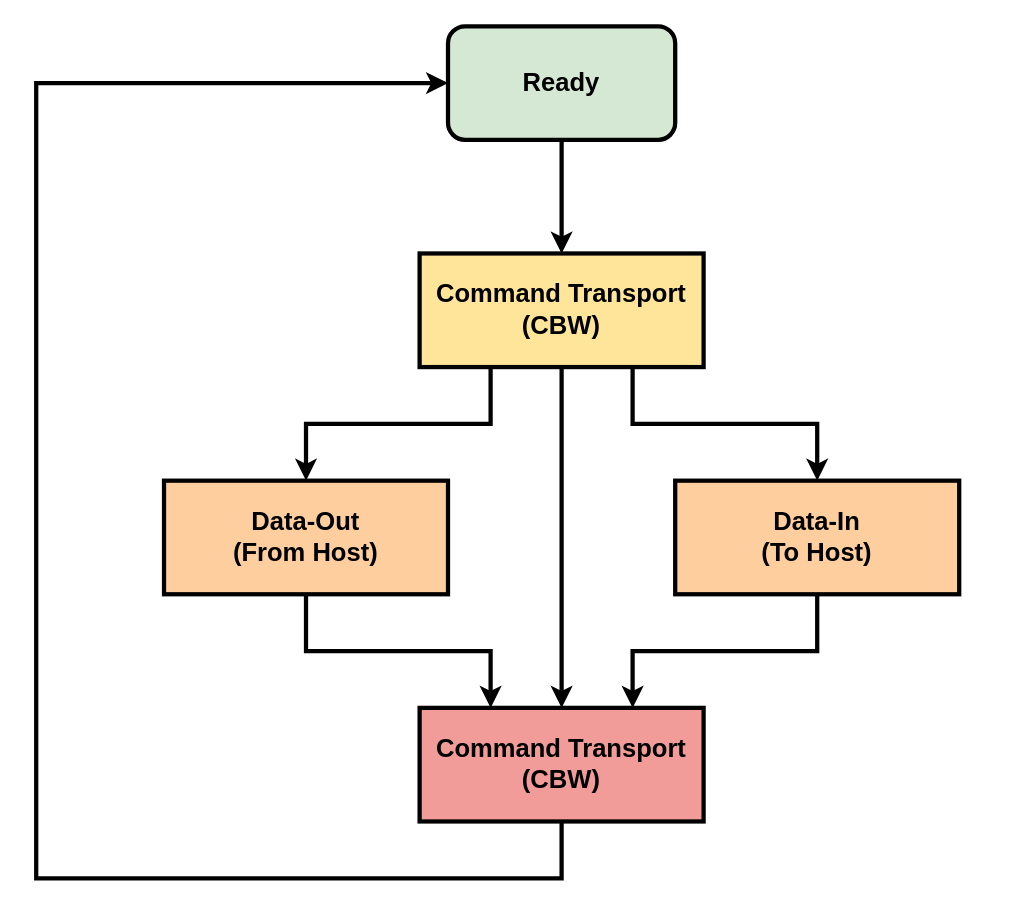
Doly02/thesis keeps this draw.io diagram as diagrams/mass_storage_protocol/mass_storage_protocol.drawio. Above is the earlier version. Source tidied: cells renumbered, new cells numbered last; positions are measured from the earlier drawing's top-left corner, leaving out a move shared by most shapes. Both pictures are drawn from the tidied source at 142%, with x=0, y=0 at pixel (36, 26).
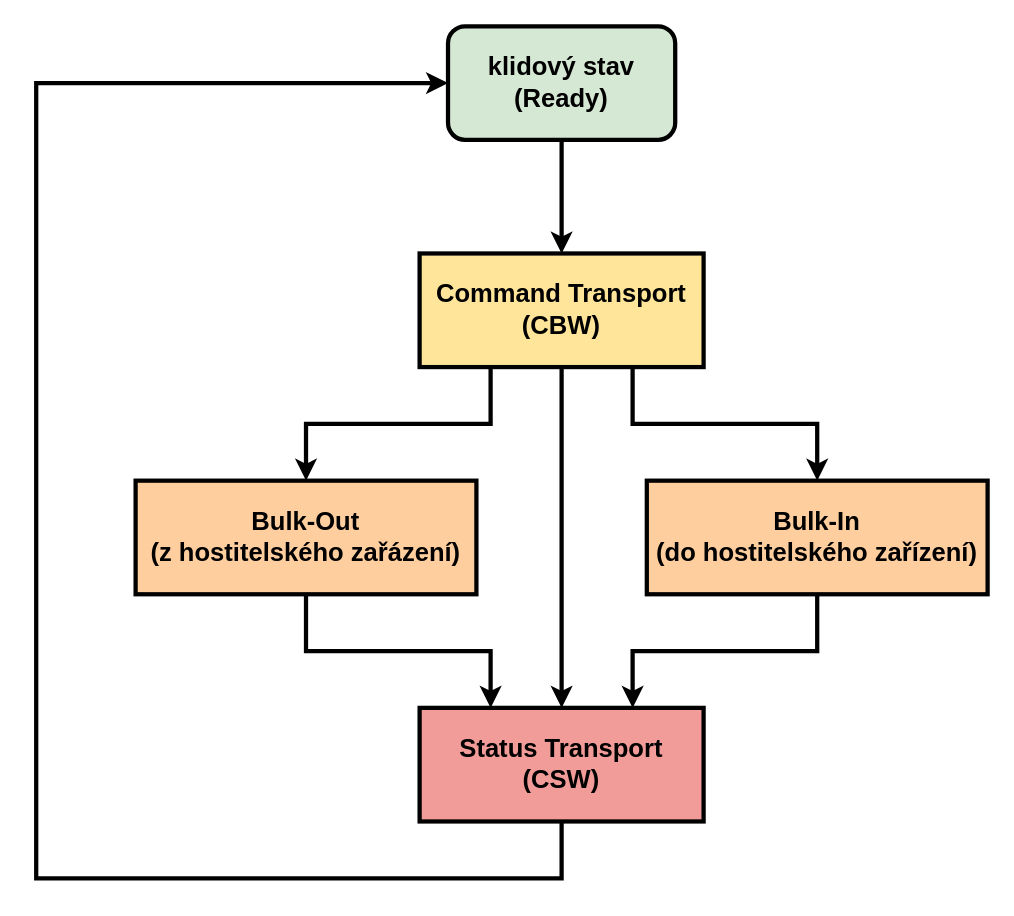
The same diagram, later.

The edit, as a diff of the source:
```diff
@@
-    <mxCell id="2" value="&lt;font style=&quot;font-size: 18px;&quot;&gt;&lt;b&gt;Ready&lt;/b&gt;&lt;/font&gt;" style="rounded=1;whiteSpace=wrap;html=1;strokeWidth=3;fillColor=#D5E8D4;strokeColor=#000000;" parent="1" vertex="1">
+    <mxCell id="2" value="&lt;div&gt;&lt;font style=&quot;font-size: 18px;&quot;&gt;&lt;b&gt;klidový stav&lt;/b&gt;&lt;/font&gt;&lt;/div&gt;&lt;font style=&quot;font-size: 18px;&quot;&gt;&lt;b&gt;(Ready)&lt;/b&gt;&lt;/font&gt;" style="rounded=1;whiteSpace=wrap;html=1;strokeWidth=3;fillColor=#D5E8D4;strokeColor=#000000;" parent="1" vertex="1">
       <mxGeometry x="290" width="160" height="80" as="geometry" />
     </mxCell>
@@
-    <mxCell id="4" value="&lt;font style=&quot;font-size: 18px;&quot;&gt;&lt;b&gt;Data-In&lt;/b&gt;&lt;/font&gt;&lt;div&gt;&lt;font style=&quot;font-size: 18px;&quot;&gt;&lt;b&gt;(To Host)&lt;/b&gt;&lt;/font&gt;&lt;/div&gt;" style="rounded=0;whiteSpace=wrap;html=1;strokeWidth=3;fillColor=#FFCE9F;" parent="1" vertex="1">
-      <mxGeometry x="450" y="320" width="200" height="80" as="geometry" />
+    <mxCell id="4" value="&lt;font style=&quot;font-size: 18px;&quot;&gt;&lt;b&gt;Bulk-In&lt;/b&gt;&lt;/font&gt;&lt;div&gt;&lt;font style=&quot;font-size: 18px;&quot;&gt;&lt;b&gt;(do hostitelského zařízení)&lt;/b&gt;&lt;/font&gt;&lt;/div&gt;" style="rounded=0;whiteSpace=wrap;html=1;strokeWidth=3;fillColor=#FFCE9F;" parent="1" vertex="1">
+      <mxGeometry x="430" y="320" width="240" height="80" as="geometry" />
     </mxCell>
-    <mxCell id="5" value="&lt;font style=&quot;font-size: 18px;&quot;&gt;&lt;b&gt;Data-Out&lt;/b&gt;&lt;/font&gt;&lt;div&gt;&lt;font style=&quot;font-size: 18px;&quot;&gt;&lt;b&gt;(From Host)&lt;/b&gt;&lt;/font&gt;&lt;/div&gt;" style="rounded=0;whiteSpace=wrap;html=1;strokeWidth=3;fillColor=#FFCE9F;" parent="1" vertex="1">
-      <mxGeometry x="90" y="320" width="200" height="80" as="geometry" />
+    <mxCell id="5" value="&lt;font style=&quot;font-size: 18px;&quot;&gt;&lt;b&gt;Bulk-Out&lt;/b&gt;&lt;/font&gt;&lt;div&gt;&lt;font style=&quot;font-size: 18px;&quot;&gt;&lt;b&gt;(z hostitelského zařázení)&lt;/b&gt;&lt;/font&gt;&lt;/div&gt;" style="rounded=0;whiteSpace=wrap;html=1;strokeWidth=3;fillColor=#FFCE9F;" parent="1" vertex="1">
+      <mxGeometry x="70" y="320" width="240" height="80" as="geometry" />
     </mxCell>
@@
-    <mxCell id="8" value="&lt;font style=&quot;font-size: 18px;&quot;&gt;&lt;b&gt;Command Transport&lt;/b&gt;&lt;/font&gt;&lt;div&gt;&lt;font style=&quot;font-size: 18px;&quot;&gt;&lt;b&gt;(CBW)&lt;/b&gt;&lt;/font&gt;&lt;/div&gt;" style="rounded=0;whiteSpace=wrap;html=1;strokeWidth=3;fillColor=#F19C99;" parent="1" vertex="1">
+    <mxCell id="8" value="&lt;font style=&quot;font-size: 18px;&quot;&gt;&lt;b&gt;Status Transport&lt;/b&gt;&lt;/font&gt;&lt;div&gt;&lt;font style=&quot;font-size: 18px;&quot;&gt;&lt;b&gt;(CSW)&lt;/b&gt;&lt;/font&gt;&lt;/div&gt;" style="rounded=0;whiteSpace=wrap;html=1;strokeWidth=3;fillColor=#F19C99;" parent="1" vertex="1">
       <mxGeometry x="270" y="480" width="200" height="80" as="geometry" />
     </mxCell>
```
